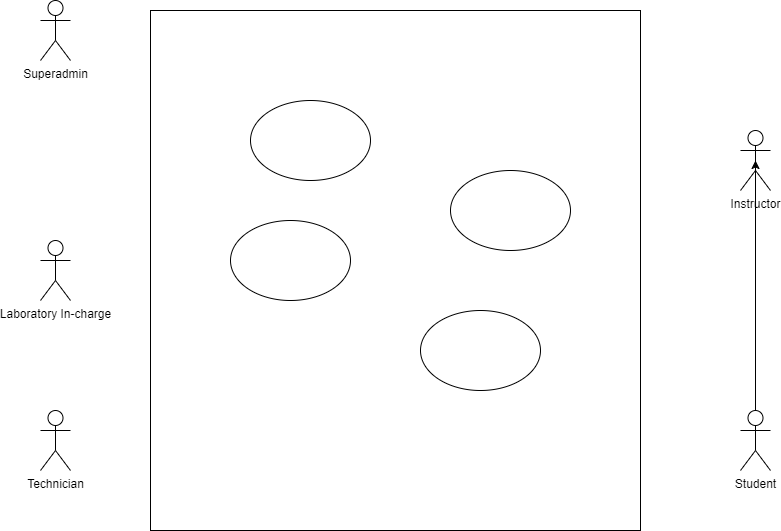
The draw.io diagram Use_Case_Diagram_Marimo.drawio.png in kaisunoo/Acads, before a commit. Source tidied: cells renumbered, new cells last; positions are measured from the earlier drawing's top-left corner, leaving out a move shared by most shapes.
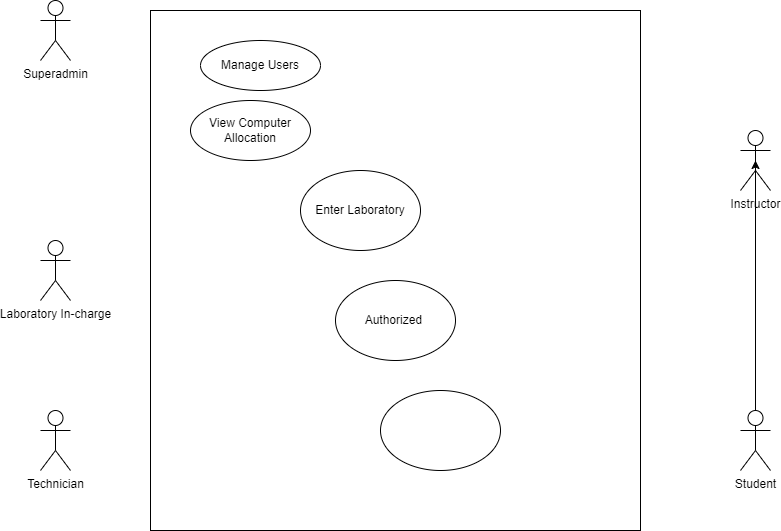
Above is the later version.

Diff of the diagram source:
```diff
@@ -17,17 +17,17 @@
     <mxCell id="6" value="Student" style="shape=umlActor;verticalLabelPosition=bottom;verticalAlign=top;html=1;outlineConnect=0;" parent="1" vertex="1">
       <mxGeometry x="700" y="410" width="30" height="60" as="geometry" />
     </mxCell>
-    <mxCell id="7" style="ellipse;whiteSpace=wrap;html=1;" parent="1" vertex="1">
-      <mxGeometry x="210" y="100" width="120" height="80" as="geometry" />
+    <mxCell id="7" value="Manage Users" style="ellipse;whiteSpace=wrap;html=1;" parent="1" vertex="1">
+      <mxGeometry x="160" y="40" width="120" height="50" as="geometry" />
     </mxCell>
-    <mxCell id="8" style="ellipse;whiteSpace=wrap;html=1;" parent="1" vertex="1">
-      <mxGeometry x="410" y="170" width="120" height="80" as="geometry" />
+    <mxCell id="8" value="Authorized&amp;nbsp;" style="ellipse;whiteSpace=wrap;html=1;" parent="1" vertex="1">
+      <mxGeometry x="295" y="280" width="120" height="80" as="geometry" />
     </mxCell>
-    <mxCell id="9" style="ellipse;whiteSpace=wrap;html=1;" parent="1" vertex="1">
-      <mxGeometry x="190" y="220" width="120" height="80" as="geometry" />
+    <mxCell id="9" value="View Computer Allocation" style="ellipse;whiteSpace=wrap;html=1;" parent="1" vertex="1">
+      <mxGeometry x="150" y="100" width="120" height="60" as="geometry" />
     </mxCell>
-    <mxCell id="10" style="ellipse;whiteSpace=wrap;html=1;" parent="1" vertex="1">
-      <mxGeometry x="380" y="310" width="120" height="80" as="geometry" />
+    <mxCell id="10" value="Enter Laboratory" style="ellipse;whiteSpace=wrap;html=1;" parent="1" vertex="1">
+      <mxGeometry x="260" y="170" width="120" height="80" as="geometry" />
     </mxCell>
     <mxCell id="11" value="Technician" style="shape=umlActor;verticalLabelPosition=bottom;verticalAlign=top;html=1;" parent="1" vertex="1">
       <mxGeometry y="410" width="30" height="60" as="geometry" />
@@ -35,5 +35,8 @@
     <mxCell id="12" style="edgeStyle=orthogonalEdgeStyle;rounded=0;jettySize=auto;html=1;exitX=0.5;exitY=0;exitDx=0;exitDy=0;exitPerimeter=0;entryX=0.5;entryY=0.5;entryDx=0;entryDy=0;entryPerimeter=0;" parent="1" edge="1" source="6" target="5">
       <mxGeometry relative="1" as="geometry" />
     </mxCell>
+    <mxCell id="13" style="ellipse;whiteSpace=wrap;html=1;" parent="1" vertex="1">
+      <mxGeometry x="340" y="390" width="120" height="80" as="geometry" />
+    </mxCell>
   </root>
 </mxGraphModel>
```
